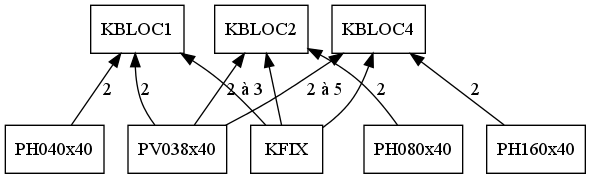
Earlier version of the Graphviz export nomenclature/bloc.png (padenot/OGP). Its source is kept beside it as nomenclature/src/bloc.dot. The source it was exported from:
```dot
digraph
{
	rankdir=BT
	node[shape=box]

	KBLOC1 //[label="Kit bloc simple"]
	KBLOC2 //[label="Kit bloc double"]
	KBLOC4 //[label="Kit bloc quadruple"]

	PH160x40 //[label="Planche horizontale 160x40cm"]
	PH080x40 //[label="Planche horizontale 80x40cm"]
	PH040x40 //[label="Planche horizontale 40x40cm"]
	PV038x40 //[label="Planche verticale 38x40cm"]

	KFIX //[label="Kit de fixation"]

	PV038x40	-> KBLOC1 [label="2"]
	PH040x40	-> KBLOC1 [label="2"]
	KFIX		-> KBLOC1

	PV038x40	-> KBLOC2 [label="2 à 3"]
	PH080x40	-> KBLOC2 [label="2"]
	KFIX		-> KBLOC2

	PV038x40	-> KBLOC4 [label="2 à 5"]
	PH160x40	-> KBLOC4 [label="2"]
	KFIX		-> KBLOC4
}
```
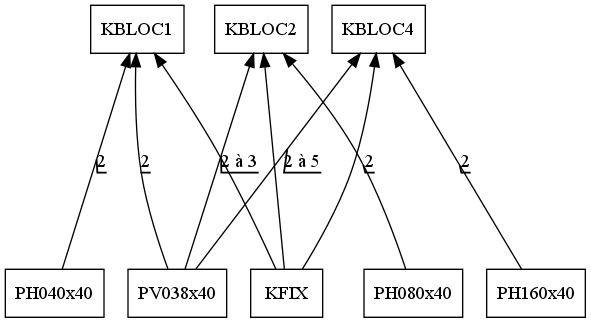
After the commit.

Change to the diagram source:
```diff
@@ -1,6 +1,7 @@
 digraph
 {
 	rankdir=BT
+	ranksep=2.0
 	node[shape=box]
 
 	KBLOC1 //[label="Kit bloc simple"]
@@ -14,6 +15,7 @@
 
 	KFIX //[label="Kit de fixation"]
 
+	edge[decorate]
 	PV038x40	-> KBLOC1 [label="2"]
 	PH040x40	-> KBLOC1 [label="2"]
 	KFIX		-> KBLOC1
```
